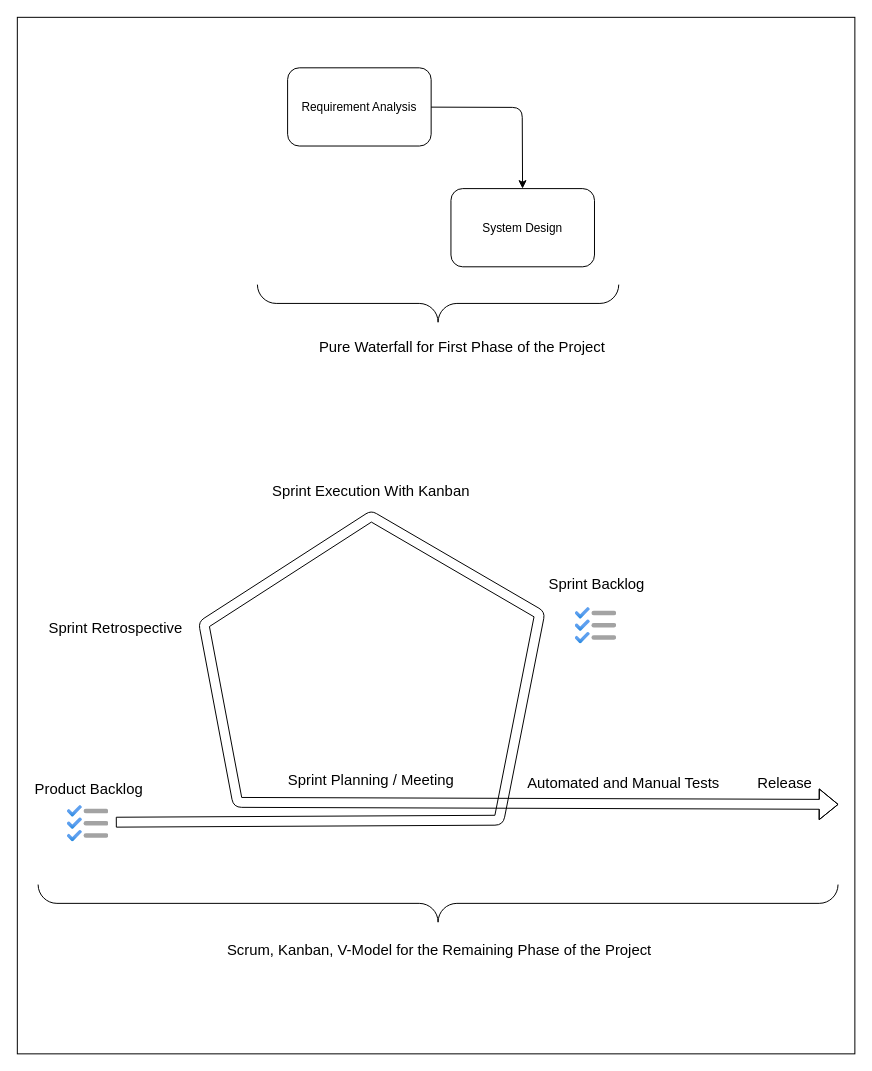
Before: sdpm/software-development-process-model.drawio in staucktion/docs, a draw.io diagram. Source tidied: cells renumbered, new cells numbered last; positions are measured from the earlier drawing's top-left corner, leaving out a move shared by most shapes. Both pictures are drawn from the tidied source at 99%, with x=0, y=0 at pixel (17, 17).
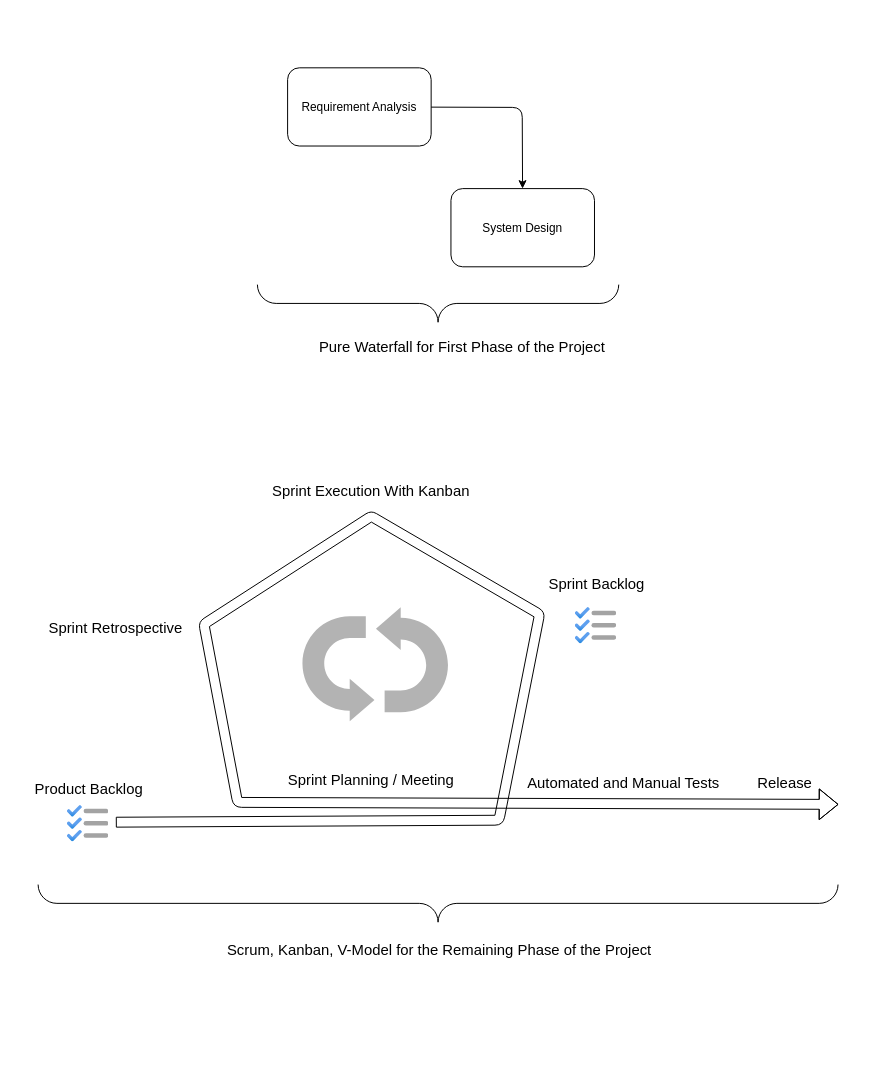
The same page after the edit.

Diff of the diagram source:
```diff
@@
+    <mxCell id="18" style="whiteSpace=wrap;html=1;strokeColor=#FFFFFF;fontSize=15;fontColor=#000000;fillColor=none;" parent="1" vertex="1">
+      <mxGeometry width="846" height="1047" as="geometry" />
+    </mxCell>
@@
-    <mxCell id="18" style="whiteSpace=wrap;html=1;strokeColor=#000000;fontSize=15;fontColor=#000000;fillColor=none;" parent="1" vertex="1">
-      <mxGeometry width="846" height="1047" as="geometry" />
-    </mxCell>
@@
+    <mxCell id="20" style="html=1;shadow=0;dashed=0;align=center;verticalAlign=middle;shape=mxgraph.arrows2.uTurnArrow;dy=11;arrowHead=43;dx2=25;flipV=0;flipH=1;gradientColor=none;strokeColor=none;fillColor=#B3B3B3;" parent="1" vertex="1">
+      <mxGeometry x="371" y="596" width="64" height="106" as="geometry" />
+    </mxCell>
+    <mxCell id="21" style="html=1;shadow=0;dashed=0;align=center;verticalAlign=middle;shape=mxgraph.arrows2.uTurnArrow;dy=11;arrowHead=43;dx2=25;flipV=1;flipH=0;gradientColor=none;strokeColor=none;fillColor=#B3B3B3;" parent="1" vertex="1">
+      <mxGeometry x="288" y="605" width="64" height="106" as="geometry" />
+    </mxCell>
```
